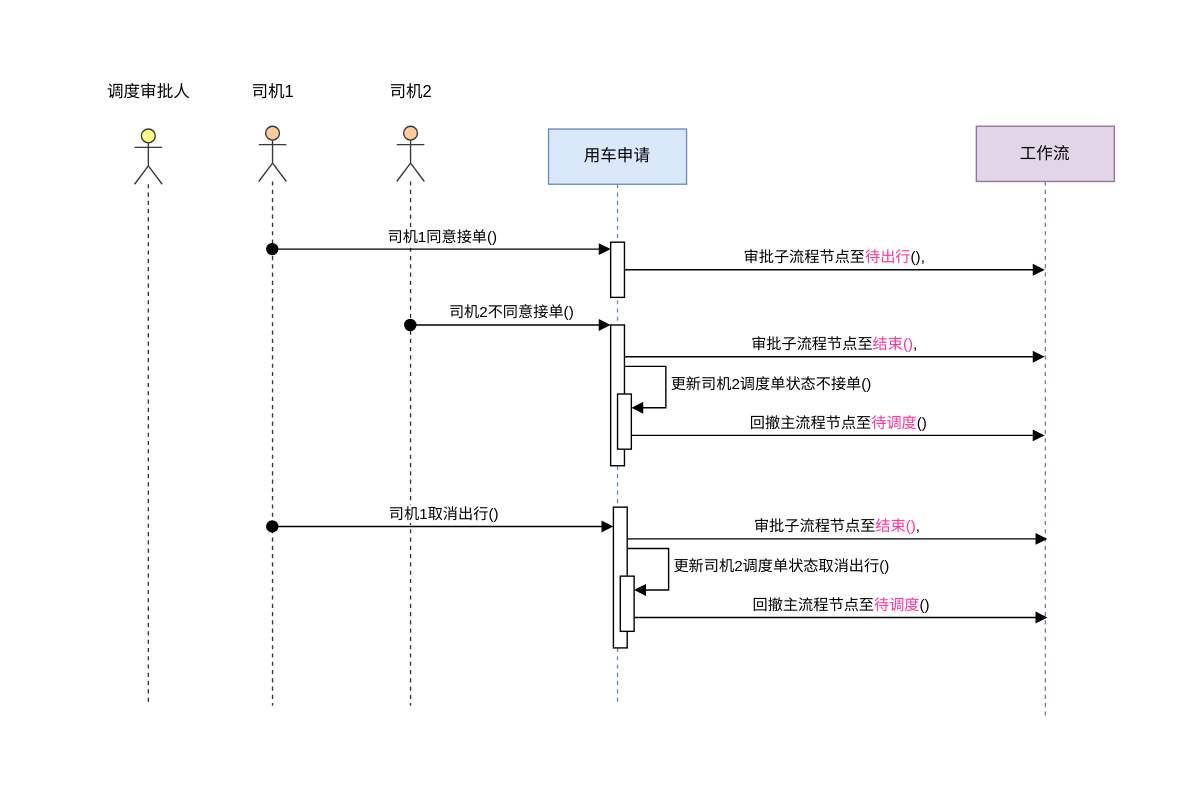
Earlier version of the draw.io diagram 车辆调度时序图.drawio (chenzhi666/doc). Source tidied: cells renumbered, new cells numbered last; positions are measured from the earlier drawing's top-left corner, leaving out a move shared by most shapes. Both pictures are drawn from the tidied source at 138%, with x=0, y=0 at pixel (92, 70).
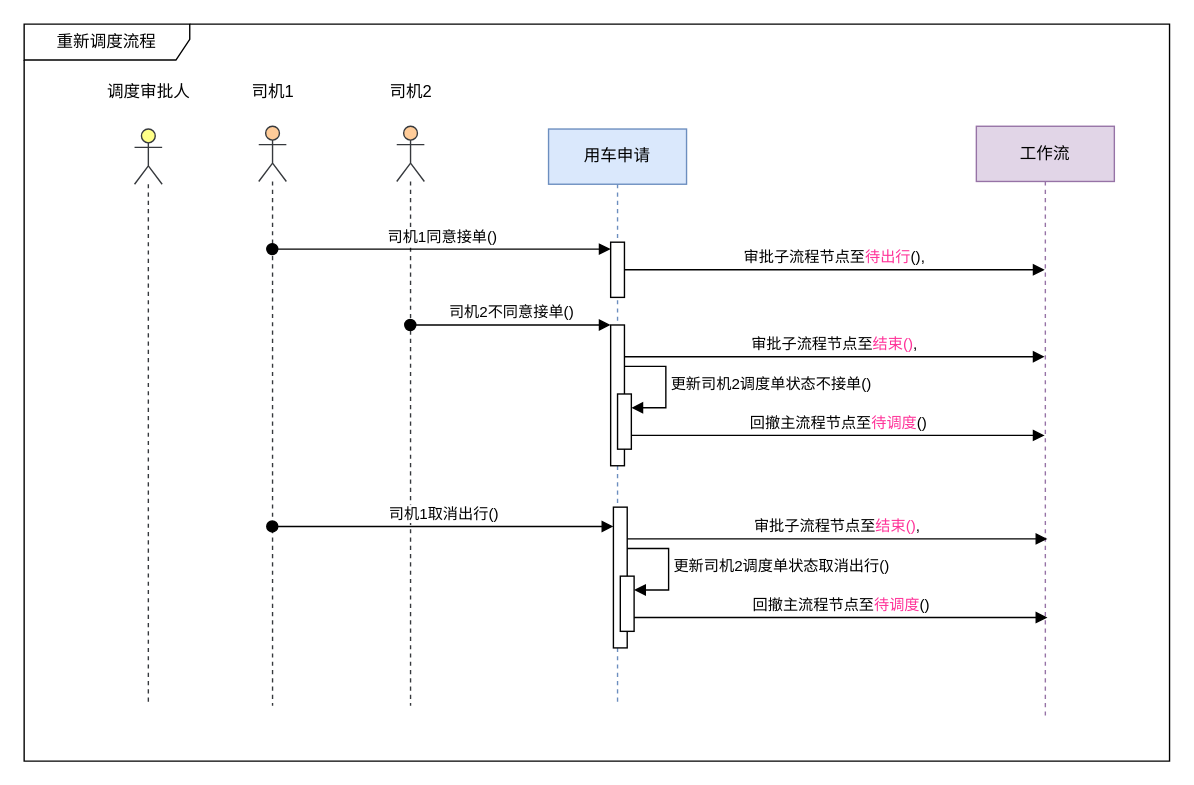
The same diagram, later.

Commit message:
更新车辆调度时序图.drawio

Diff of the diagram source:
```diff
@@
+    <mxCell id="25" value="重新调度流程" style="shape=umlFrame;whiteSpace=wrap;html=1;width=120;height=26;" parent="1" vertex="1">
+      <mxGeometry x="-50" y="-34" width="830" height="534" as="geometry" />
+    </mxCell>
```
